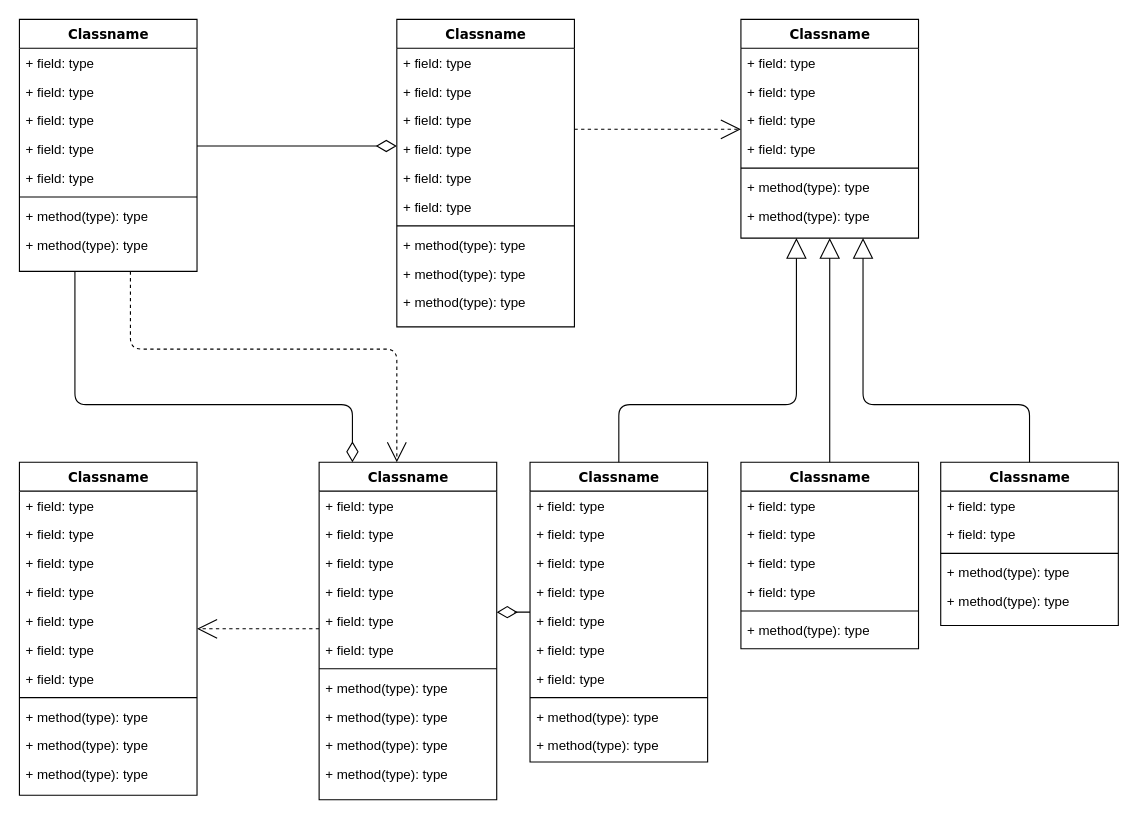
The draw.io diagram Untitled Diagram.drawio in kagamirr0r/c0fee, before the edit. Source tidied: cells renumbered, new cells numbered last; positions are measured from the earlier drawing's top-left corner, leaving out a move shared by most shapes. Both pictures are drawn from the tidied source at 111%, with x=0, y=0 at pixel (19, 19).
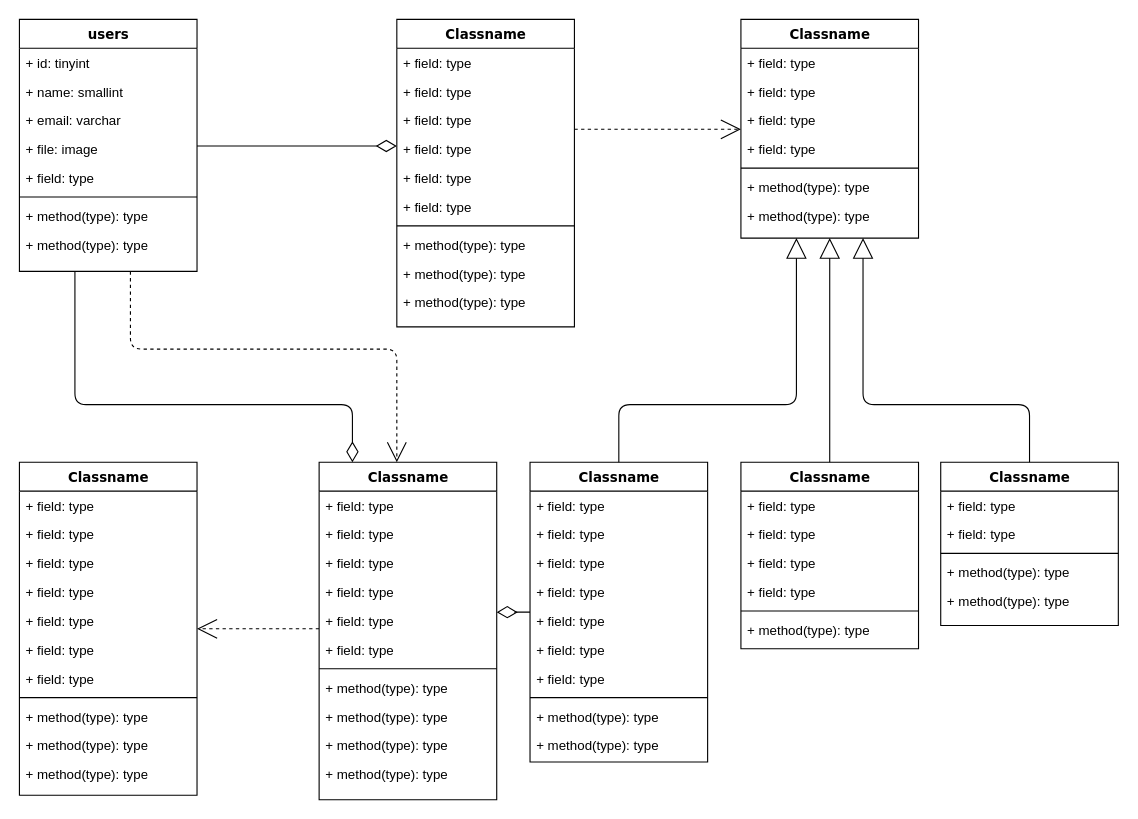
The same page after the edit.

What changed in the source:
```diff
@@
-    <mxCell id="4" value="Classname" style="swimlane;html=1;fontStyle=1;align=center;verticalAlign=top;horizontal=1;startSize=26;swimlaneFillColor=#ffffff;rounded=0;shadow=0;comic=0;labelBackgroundColor=none;strokeWidth=1;fillColor=none;fontFamily=Verdana;fontSize=12;" parent="1" vertex="1">
+    <mxCell id="4" value="users" style="swimlane;html=1;fontStyle=1;align=center;verticalAlign=top;horizontal=1;startSize=26;swimlaneFillColor=#ffffff;rounded=0;shadow=0;comic=0;labelBackgroundColor=none;strokeWidth=1;fillColor=none;fontFamily=Verdana;fontSize=12;" parent="1" vertex="1">
       <mxGeometry width="160" height="227" as="geometry" />
     </mxCell>
-    <mxCell id="5" value="+ field: type" style="text;html=1;strokeColor=none;fillColor=none;align=left;verticalAlign=top;spacingLeft=4;spacingRight=4;whiteSpace=wrap;overflow=hidden;" parent="4" vertex="1">
+    <mxCell id="5" value="+ id: tinyint" style="text;html=1;strokeColor=none;fillColor=none;align=left;verticalAlign=top;spacingLeft=4;spacingRight=4;whiteSpace=wrap;overflow=hidden;" parent="4" vertex="1">
       <mxGeometry y="26" width="160" height="26" as="geometry" />
     </mxCell>
-    <mxCell id="6" value="+ field: type" style="text;html=1;strokeColor=none;fillColor=none;align=left;verticalAlign=top;spacingLeft=4;spacingRight=4;whiteSpace=wrap;overflow=hidden;" parent="4" vertex="1">
+    <mxCell id="6" value="+ name: smallint" style="text;html=1;strokeColor=none;fillColor=none;align=left;verticalAlign=top;spacingLeft=4;spacingRight=4;whiteSpace=wrap;overflow=hidden;" parent="4" vertex="1">
       <mxGeometry y="52" width="160" height="26" as="geometry" />
     </mxCell>
-    <mxCell id="7" value="+ field: type" style="text;html=1;strokeColor=none;fillColor=none;align=left;verticalAlign=top;spacingLeft=4;spacingRight=4;whiteSpace=wrap;overflow=hidden;" parent="4" vertex="1">
+    <mxCell id="7" value="+ email: varchar" style="text;html=1;strokeColor=none;fillColor=none;align=left;verticalAlign=top;spacingLeft=4;spacingRight=4;whiteSpace=wrap;overflow=hidden;" parent="4" vertex="1">
       <mxGeometry y="78" width="160" height="26" as="geometry" />
     </mxCell>
-    <mxCell id="8" value="+ field: type" style="text;html=1;strokeColor=none;fillColor=none;align=left;verticalAlign=top;spacingLeft=4;spacingRight=4;whiteSpace=wrap;overflow=hidden;" parent="4" vertex="1">
+    <mxCell id="8" value="+ file: image" style="text;html=1;strokeColor=none;fillColor=none;align=left;verticalAlign=top;spacingLeft=4;spacingRight=4;whiteSpace=wrap;overflow=hidden;" parent="4" vertex="1">
       <mxGeometry y="104" width="160" height="26" as="geometry" />
     </mxCell>
```
